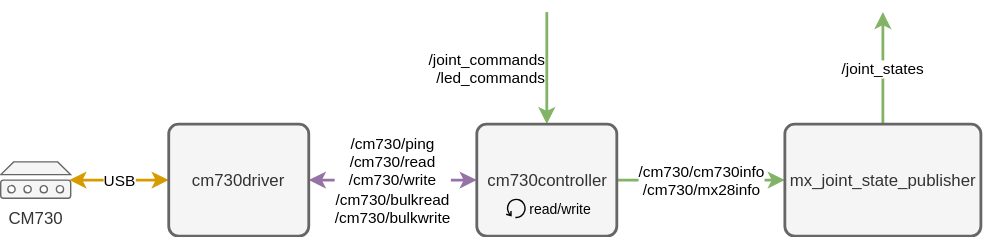
The draw.io diagram cm730ros2diagram.svg in thedancomplex/ros2_cm730, before a commit. Source tidied: cells renumbered, new cells last; positions are measured from the earlier drawing's top-left corner, leaving out a move shared by most shapes. Source of this version:
```xml
<mxGraphModel>
  <root>
    <mxCell id="0" />
    <mxCell id="1" parent="0" />
    <mxCell id="2" value="USB" style="edgeStyle=orthogonalEdgeStyle;rounded=0;html=1;exitX=0.97;exitY=0.5;exitDx=0;exitDy=0;exitPerimeter=0;entryX=0;entryY=0.5;entryDx=0;entryDy=0;jettySize=auto;startArrow=classic;startFill=1;fillColor=#ffe6cc;strokeColor=#d79b00;strokeWidth=2;" parent="1" edge="1" source="3" target="5">
      <mxGeometry relative="1" as="geometry" />
    </mxCell>
    <mxCell id="3" value="CM730" style="shadow=0;dashed=0;html=1;strokeColor=#666666;labelPosition=center;verticalLabelPosition=bottom;verticalAlign=top;align=center;shape=mxgraph.mscae.enterprise.device;fillColor=#f5f5f5;fontColor=#333333;" parent="1" vertex="1">
      <mxGeometry y="107" width="50" height="26" as="geometry" />
    </mxCell>
    <mxCell id="4" value="&lt;div&gt;/cm730/ping&lt;/div&gt;&lt;div&gt;/cm730/read&lt;/div&gt;&lt;div&gt;/cm730/write&lt;/div&gt;&lt;div&gt;/cm730/bulkread&lt;/div&gt;&lt;div&gt;/cm730/bulkwrite&lt;br&gt;&lt;/div&gt;" style="edgeStyle=orthogonalEdgeStyle;rounded=0;html=1;startArrow=classic;startFill=1;jettySize=auto;align=center;labelPosition=center;verticalLabelPosition=middle;verticalAlign=middle;fillColor=#e1d5e7;strokeColor=#9673a6;strokeWidth=2;" parent="1" edge="1" source="5" target="8">
      <mxGeometry relative="1" as="geometry" />
    </mxCell>
    <mxCell id="5" value="cm730driver" style="rounded=1;whiteSpace=wrap;html=1;absoluteArcSize=1;arcSize=14;strokeWidth=2;glass=0;fillColor=#f5f5f5;strokeColor=#666666;fontColor=#333333;" parent="1" vertex="1">
      <mxGeometry x="120" y="80" width="100" height="80" as="geometry" />
    </mxCell>
    <mxCell id="6" value="&lt;div&gt;/joint_commands&lt;/div&gt;&lt;div&gt;/led_commands&lt;br&gt;&lt;/div&gt;" style="edgeStyle=orthogonalEdgeStyle;rounded=0;html=1;exitX=0.5;exitY=0;exitDx=0;exitDy=0;startArrow=classic;startFill=1;jettySize=auto;endArrow=none;endFill=0;labelPosition=left;verticalLabelPosition=middle;align=right;verticalAlign=middle;fillColor=#d5e8d4;strokeColor=#82b366;strokeWidth=2;" parent="1" edge="1" source="8">
      <mxGeometry relative="1" as="geometry">
        <mxPoint x="390" as="targetPoint" />
      </mxGeometry>
    </mxCell>
    <mxCell id="7" value="&lt;div&gt;/cm730/cm730info&lt;/div&gt;&lt;div&gt;/cm730/mx28info&lt;br&gt;&lt;/div&gt;" style="edgeStyle=orthogonalEdgeStyle;rounded=0;html=1;exitX=1;exitY=0.5;exitDx=0;exitDy=0;startArrow=none;startFill=0;endArrow=classic;endFill=1;jettySize=auto;labelPosition=right;verticalLabelPosition=middle;align=center;verticalAlign=middle;entryX=0;entryY=0.5;entryDx=0;entryDy=0;fillColor=#d5e8d4;strokeColor=#82b366;strokeWidth=2;" parent="1" edge="1" source="8" target="11">
      <mxGeometry relative="1" as="geometry" />
    </mxCell>
    <mxCell id="8" value="cm730controller" style="rounded=1;whiteSpace=wrap;html=1;absoluteArcSize=1;arcSize=14;strokeWidth=2;glass=0;fillColor=#f5f5f5;strokeColor=#666666;fontColor=#333333;" parent="1" vertex="1">
      <mxGeometry x="340" y="80" width="100" height="80" as="geometry" />
    </mxCell>
    <mxCell id="9" value="&lt;font style=&quot;font-size: 10px&quot;&gt;read/write&lt;/font&gt;" style="shape=mxgraph.bpmn.loop;html=1;rounded=0;glass=0;labelPosition=right;verticalLabelPosition=middle;align=left;verticalAlign=middle;" parent="1" vertex="1">
      <mxGeometry x="361" y="133" width="14" height="14" as="geometry" />
    </mxCell>
    <mxCell id="10" value="/joint_states" style="edgeStyle=orthogonalEdgeStyle;rounded=0;html=1;exitX=0.5;exitY=0;exitDx=0;exitDy=0;startArrow=none;startFill=0;endArrow=classic;endFill=1;jettySize=auto;fillColor=#d5e8d4;strokeColor=#82b366;strokeWidth=2;" parent="1" edge="1" source="11">
      <mxGeometry relative="1" as="geometry">
        <mxPoint x="630" as="targetPoint" />
      </mxGeometry>
    </mxCell>
    <mxCell id="11" value="mx_joint_state_publisher" style="rounded=1;whiteSpace=wrap;html=1;absoluteArcSize=1;arcSize=14;strokeWidth=2;glass=0;fontSize=12;fillColor=#f5f5f5;strokeColor=#666666;fontColor=#333333;" parent="1" vertex="1">
      <mxGeometry x="560" y="80" width="140" height="80" as="geometry" />
    </mxCell>
  </root>
</mxGraphModel>
```
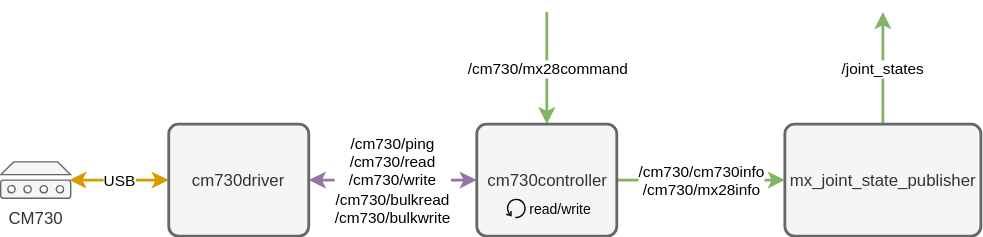
The same file after the commit.

Commit message:
Update diagram with MX28 commands

Change to the diagram source:
```diff
@@ -14,7 +14,7 @@
     <mxCell id="5" value="cm730driver" style="rounded=1;whiteSpace=wrap;html=1;absoluteArcSize=1;arcSize=14;strokeWidth=2;glass=0;fillColor=#f5f5f5;strokeColor=#666666;fontColor=#333333;" parent="1" vertex="1">
       <mxGeometry x="120" y="80" width="100" height="80" as="geometry" />
     </mxCell>
-    <mxCell id="6" value="&lt;div&gt;/joint_commands&lt;/div&gt;&lt;div&gt;/led_commands&lt;br&gt;&lt;/div&gt;" style="edgeStyle=orthogonalEdgeStyle;rounded=0;html=1;exitX=0.5;exitY=0;exitDx=0;exitDy=0;startArrow=classic;startFill=1;jettySize=auto;endArrow=none;endFill=0;labelPosition=left;verticalLabelPosition=middle;align=right;verticalAlign=middle;fillColor=#d5e8d4;strokeColor=#82b366;strokeWidth=2;" parent="1" edge="1" source="8">
+    <mxCell id="6" value="&lt;div align=&quot;center&quot;&gt;/cm730/mx28command&lt;/div&gt;" style="edgeStyle=orthogonalEdgeStyle;rounded=0;html=1;exitX=0.5;exitY=0;exitDx=0;exitDy=0;startArrow=classic;startFill=1;jettySize=auto;endArrow=none;endFill=0;labelPosition=left;verticalLabelPosition=middle;align=center;verticalAlign=middle;fillColor=#d5e8d4;strokeColor=#82b366;strokeWidth=2;" parent="1" edge="1" source="8">
       <mxGeometry relative="1" as="geometry">
         <mxPoint x="390" as="targetPoint" />
       </mxGeometry>
```
